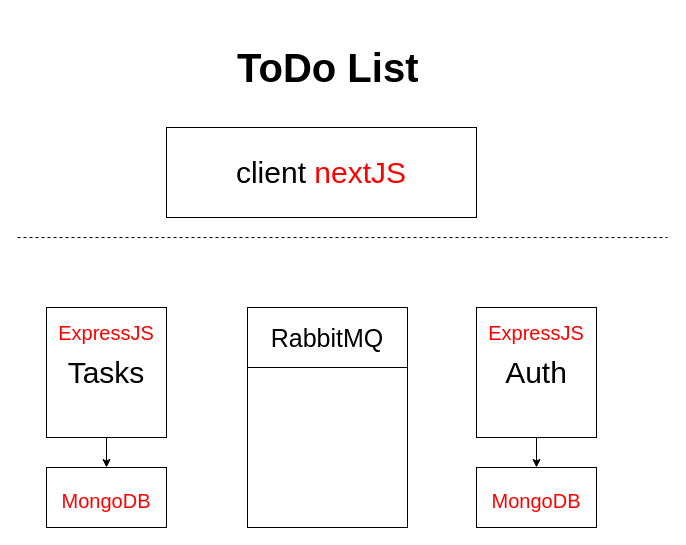
Earlier version of the draw.io diagram page "Page-1" (1 of 2) of Untitled Diagram.drawio (fan0223/TaskTracker). Source tidied: cells renumbered, new cells numbered last; positions are measured from the earlier drawing's top-left corner, leaving out a move shared by most shapes. Both pictures are drawn from the tidied source at 100%, with x=0, y=0 at pixel (17, 27).
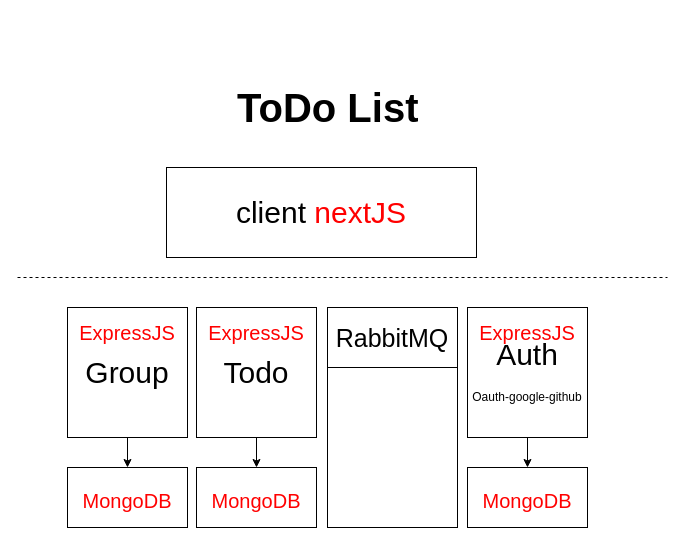
The same page after the edit.

What changed in the source:
```diff
@@
-<mxGraphModel>
+<mxGraphModel background="#ffffff">
   <root>
     <mxCell id="0" />
     <mxCell id="1" parent="0" />
     <mxCell id="2" value="&lt;span style=&quot;font-size: 30px;&quot;&gt;client &lt;font color=&quot;#ff0000&quot;&gt;nextJS&lt;/font&gt;&lt;br&gt;&lt;/span&gt;" style="rounded=0;whiteSpace=wrap;html=1;" parent="1" vertex="1">
-      <mxGeometry x="149" y="100" width="310" height="90" as="geometry" />
+      <mxGeometry x="149" y="140" width="310" height="90" as="geometry" />
     </mxCell>
     <mxCell id="3" style="edgeStyle=orthogonalEdgeStyle;rounded=0;jettySize=auto;html=1;entryX=0.5;entryY=0;entryDx=0;entryDy=0;" parent="1" edge="1" source="4" target="5">
       <mxGeometry relative="1" as="geometry" />
     </mxCell>
-    <mxCell id="4" value="Tasks&lt;br style=&quot;font-size: 15px;&quot;&gt;" style="rounded=0;whiteSpace=wrap;html=1;fontSize=30;" parent="1" vertex="1">
-      <mxGeometry x="29" y="280" width="120" height="130" as="geometry" />
+    <mxCell id="4" value="Todo" style="rounded=0;whiteSpace=wrap;html=1;fontSize=30;" parent="1" vertex="1">
+      <mxGeometry x="179" y="280" width="120" height="130" as="geometry" />
     </mxCell>
     <mxCell id="5" value="&lt;font color=&quot;#ff0000&quot; style=&quot;font-size: 20px;&quot;&gt;MongoDB&lt;/font&gt;" style="rounded=0;whiteSpace=wrap;html=1;fontSize=30;" parent="1" vertex="1">
-      <mxGeometry x="29" y="440" width="120" height="60" as="geometry" />
+      <mxGeometry x="179" y="440" width="120" height="60" as="geometry" />
     </mxCell>
     <mxCell id="6" style="rounded=0;whiteSpace=wrap;html=1;fontSize=25;" parent="1" vertex="1">
-      <mxGeometry x="230" y="280" width="160" height="220" as="geometry" />
+      <mxGeometry x="310" y="280" width="130" height="220" as="geometry" />
     </mxCell>
     <mxCell id="7" value="RabbitMQ" style="rounded=0;whiteSpace=wrap;html=1;fontSize=25;" parent="1" vertex="1">
-      <mxGeometry x="230" y="280" width="160" height="60" as="geometry" />
+      <mxGeometry x="310" y="280" width="130" height="60" as="geometry" />
     </mxCell>
     <mxCell id="8" style="edgeStyle=orthogonalEdgeStyle;rounded=0;jettySize=auto;html=1;entryX=0.5;entryY=0;entryDx=0;entryDy=0;" parent="1" edge="1" source="9" target="10">
       <mxGeometry relative="1" as="geometry" />
     </mxCell>
-    <mxCell id="9" value="Auth" style="rounded=0;whiteSpace=wrap;html=1;fontSize=30;" parent="1" vertex="1">
-      <mxGeometry x="459" y="280" width="120" height="130" as="geometry" />
+    <mxCell id="9" value="Auth&lt;br style=&quot;font-size: 14px&quot;&gt;&lt;font style=&quot;font-size: 12px&quot;&gt;Oauth-google-github&lt;/font&gt;" style="rounded=0;whiteSpace=wrap;html=1;fontSize=30;" parent="1" vertex="1">
+      <mxGeometry x="450" y="280" width="120" height="130" as="geometry" />
     </mxCell>
     <mxCell id="10" value="&lt;span style=&quot;color: rgb(255, 0, 0); font-size: 20px;&quot;&gt;MongoDB&lt;/span&gt;" style="rounded=0;whiteSpace=wrap;html=1;fontSize=30;" parent="1" vertex="1">
-      <mxGeometry x="459" y="440" width="120" height="60" as="geometry" />
+      <mxGeometry x="450" y="440" width="120" height="60" as="geometry" />
     </mxCell>
     <mxCell id="11" style="endArrow=none;dashed=1;html=1;rounded=0;fontSize=20;fontColor=#FF0000;" parent="1" edge="1">
       <mxGeometry relative="1" as="geometry">
-        <mxPoint y="210" as="sourcePoint" />
-        <mxPoint x="650" y="210" as="targetPoint" />
+        <mxPoint y="250" as="sourcePoint" />
+        <mxPoint x="650" y="250" as="targetPoint" />
       </mxGeometry>
     </mxCell>
     <mxCell id="12" value="&lt;h1&gt;&lt;font color=&quot;#000000&quot;&gt;ToDo List&lt;/font&gt;&lt;/h1&gt;" style="text;html=1;strokeColor=none;fillColor=none;spacing=5;spacingTop=-20;whiteSpace=wrap;overflow=hidden;rounded=0;fontSize=20;fontColor=#FF0000;" parent="1" vertex="1">
-      <mxGeometry x="215" width="190" height="80" as="geometry" />
+      <mxGeometry x="215" y="40" width="190" height="80" as="geometry" />
     </mxCell>
     <mxCell id="13" value="ExpressJS" style="text;html=1;strokeColor=none;fillColor=none;align=center;verticalAlign=middle;whiteSpace=wrap;rounded=0;fontSize=20;fontColor=#FF0000;" parent="1" vertex="1">
-      <mxGeometry x="39" y="290" width="100" height="30" as="geometry" />
+      <mxGeometry x="189" y="290" width="100" height="30" as="geometry" />
     </mxCell>
     <mxCell id="14" value="ExpressJS" style="text;html=1;strokeColor=none;fillColor=none;align=center;verticalAlign=middle;whiteSpace=wrap;rounded=0;fontSize=20;fontColor=#FF0000;" parent="1" vertex="1">
-      <mxGeometry x="469" y="290" width="100" height="30" as="geometry" />
+      <mxGeometry x="460" y="290" width="100" height="30" as="geometry" />
     </mxCell>
+    <mxCell id="15" style="edgeStyle=orthogonalEdgeStyle;rounded=0;jettySize=auto;html=1;entryX=0.5;entryY=0;entryDx=0;entryDy=0;" parent="1" edge="1" source="16" target="17">
+      <mxGeometry relative="1" as="geometry" />
+    </mxCell>
+    <mxCell id="16" value="Group" style="rounded=0;whiteSpace=wrap;html=1;fontSize=30;" parent="1" vertex="1">
+      <mxGeometry x="50" y="280" width="120" height="130" as="geometry" />
+    </mxCell>
+    <mxCell id="17" value="&lt;font color=&quot;#ff0000&quot; style=&quot;font-size: 20px;&quot;&gt;MongoDB&lt;/font&gt;" style="rounded=0;whiteSpace=wrap;html=1;fontSize=30;" parent="1" vertex="1">
+      <mxGeometry x="50" y="440" width="120" height="60" as="geometry" />
+    </mxCell>
+    <mxCell id="18" value="ExpressJS" style="text;html=1;strokeColor=none;fillColor=none;align=center;verticalAlign=middle;whiteSpace=wrap;rounded=0;fontSize=20;fontColor=#FF0000;" parent="1" vertex="1">
+      <mxGeometry x="60" y="290" width="100" height="30" as="geometry" />
+    </mxCell>
   </root>
 </mxGraphModel>
```
